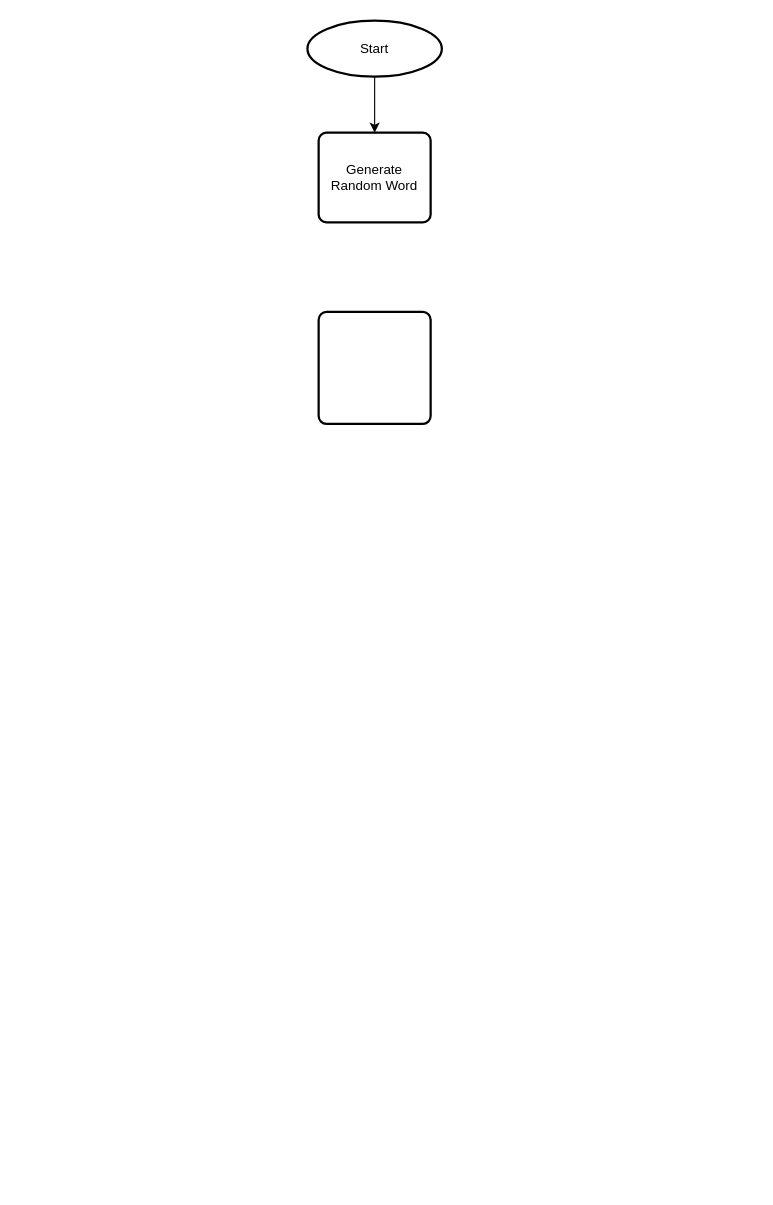
Peiroten/hangman keeps this draw.io diagram as Hangman.drawio. Above is the earlier version. Source tidied: cells renumbered, new cells numbered last; positions are measured from the earlier drawing's top-left corner, leaving out a move shared by most shapes. Both pictures are drawn from the tidied source at 112%, with x=0, y=0 at pixel (307, 20).
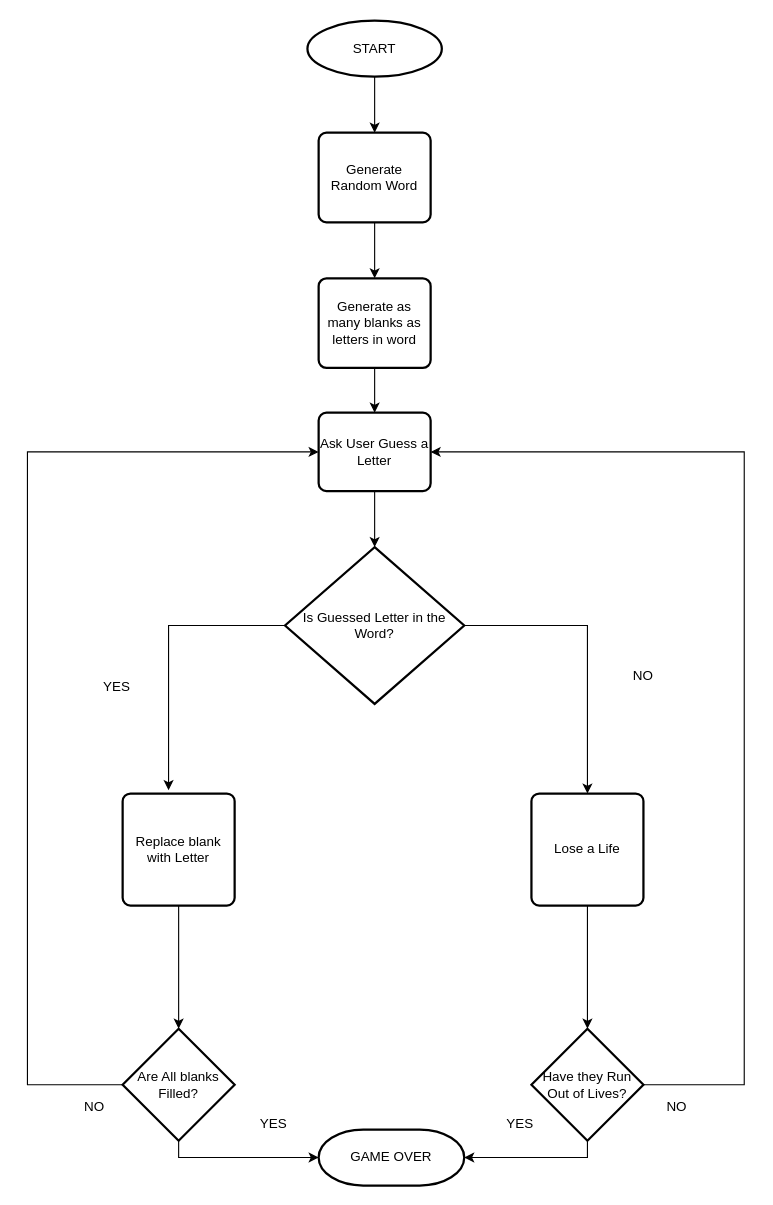
The same page after the edit.

The change refers to these unchanged cells:
```xml
<mxCell id="4" value="&lt;div&gt;Generate Random Word&lt;/div&gt;" style="rounded=1;whiteSpace=wrap;html=1;absoluteArcSize=1;arcSize=14;strokeWidth=2;" parent="1" vertex="1">
  <mxGeometry x="10" y="100" width="100" height="80" as="geometry" />
</mxCell>
```

What changed in the source:
```diff
@@
-    <mxCell id="3" value="Start" style="strokeWidth=2;html=1;shape=mxgraph.flowchart.start_1;whiteSpace=wrap;" parent="1" vertex="1">
+    <mxCell id="3" value="START" style="strokeWidth=2;html=1;shape=mxgraph.flowchart.start_1;whiteSpace=wrap;" parent="1" vertex="1">
       <mxGeometry width="120" height="50" as="geometry" />
     </mxCell>
+    <mxCell id="6" style="edgeStyle=orthogonalEdgeStyle;rounded=0;jettySize=auto;html=1;" parent="1" edge="1" source="4" target="5">
+      <mxGeometry relative="1" as="geometry" />
+    </mxCell>
@@
+    <mxCell id="7" style="edgeStyle=orthogonalEdgeStyle;rounded=0;jettySize=auto;html=1;" parent="1" edge="1" source="5" target="9">
+      <mxGeometry relative="1" as="geometry" />
+    </mxCell>
-    <mxCell id="5" style="rounded=1;whiteSpace=wrap;html=1;absoluteArcSize=1;arcSize=14;strokeWidth=2;" parent="1" vertex="1">
-      <mxGeometry x="10" y="260" width="100" height="100" as="geometry" />
+    <mxCell id="5" value="Generate as many blanks as letters in word" style="rounded=1;whiteSpace=wrap;html=1;absoluteArcSize=1;arcSize=14;strokeWidth=2;" parent="1" vertex="1">
+      <mxGeometry x="10" y="230" width="100" height="80" as="geometry" />
     </mxCell>
+    <mxCell id="8" style="edgeStyle=orthogonalEdgeStyle;rounded=0;jettySize=auto;html=1;" parent="1" edge="1" source="9" target="11">
+      <mxGeometry relative="1" as="geometry" />
+    </mxCell>
+    <mxCell id="9" value="Ask User Guess a Letter" style="rounded=1;whiteSpace=wrap;html=1;absoluteArcSize=1;arcSize=14;strokeWidth=2;" parent="1" vertex="1">
+      <mxGeometry x="10" y="350" width="100" height="70" as="geometry" />
+    </mxCell>
+    <mxCell id="10" style="edgeStyle=orthogonalEdgeStyle;rounded=0;jettySize=auto;html=1;entryX=0.5;entryY=0;entryDx=0;entryDy=0;" parent="1" edge="1" source="11" target="15">
+      <mxGeometry relative="1" as="geometry" />
+    </mxCell>
+    <mxCell id="11" value="Is Guessed Letter in the Word?" style="strokeWidth=2;html=1;shape=mxgraph.flowchart.decision;whiteSpace=wrap;" parent="1" vertex="1">
+      <mxGeometry x="-20" y="470" width="160" height="140" as="geometry" />
+    </mxCell>
+    <mxCell id="12" value="Replace blank with Letter" style="rounded=1;whiteSpace=wrap;html=1;absoluteArcSize=1;arcSize=14;strokeWidth=2;" parent="1" vertex="1">
+      <mxGeometry x="-165" y="690" width="100" height="100" as="geometry" />
+    </mxCell>
+    <mxCell id="13" value="YES" style="text;html=1;align=center;verticalAlign=middle;whiteSpace=wrap;rounded=0;" parent="1" vertex="1">
+      <mxGeometry x="-210" y="570" width="80" height="50" as="geometry" />
+    </mxCell>
+    <mxCell id="14" style="edgeStyle=orthogonalEdgeStyle;rounded=0;jettySize=auto;html=1;entryX=0.41;entryY=-0.03;entryDx=0;entryDy=0;entryPerimeter=0;" parent="1" edge="1" source="11" target="12">
+      <mxGeometry relative="1" as="geometry" />
+    </mxCell>
+    <mxCell id="15" value="Lose a Life" style="rounded=1;whiteSpace=wrap;html=1;absoluteArcSize=1;arcSize=14;strokeWidth=2;" parent="1" vertex="1">
+      <mxGeometry x="200" y="690" width="100" height="100" as="geometry" />
+    </mxCell>
+    <mxCell id="16" value="NO" style="text;html=1;align=center;verticalAlign=middle;whiteSpace=wrap;rounded=0;" parent="1" vertex="1">
+      <mxGeometry x="260" y="560" width="80" height="50" as="geometry" />
+    </mxCell>
+    <mxCell id="17" style="edgeStyle=orthogonalEdgeStyle;rounded=0;jettySize=auto;html=1;entryX=0;entryY=0.5;entryDx=0;entryDy=0;" parent="1" edge="1" source="19" target="9">
+      <mxGeometry relative="1" as="geometry">
+        <Array as="points">
+          <mxPoint x="-250" y="950" />
+          <mxPoint x="-250" y="385" />
+        </Array>
+      </mxGeometry>
+    </mxCell>
+    <mxCell id="18" style="edgeStyle=orthogonalEdgeStyle;rounded=0;jettySize=auto;html=1;exitX=0.5;exitY=1;exitDx=0;exitDy=0;exitPerimeter=0;entryX=0;entryY=0.5;entryDx=0;entryDy=0;entryPerimeter=0;" parent="1" edge="1" source="19" target="26">
+      <mxGeometry relative="1" as="geometry">
+        <Array as="points">
+          <mxPoint x="-115" y="1015" />
+        </Array>
+      </mxGeometry>
+    </mxCell>
+    <mxCell id="19" value="Are All blanks Filled?" style="strokeWidth=2;html=1;shape=mxgraph.flowchart.decision;whiteSpace=wrap;" parent="1" vertex="1">
+      <mxGeometry x="-165" y="900" width="100" height="100" as="geometry" />
+    </mxCell>
+    <mxCell id="20" style="edgeStyle=orthogonalEdgeStyle;rounded=0;jettySize=auto;html=1;entryX=0.5;entryY=0;entryDx=0;entryDy=0;entryPerimeter=0;" parent="1" edge="1" source="12" target="19">
+      <mxGeometry relative="1" as="geometry" />
+    </mxCell>
+    <mxCell id="21" value="NO" style="text;html=1;align=center;verticalAlign=middle;whiteSpace=wrap;rounded=0;" parent="1" vertex="1">
+      <mxGeometry x="-230" y="950" width="80" height="40" as="geometry" />
+    </mxCell>
+    <mxCell id="22" style="edgeStyle=orthogonalEdgeStyle;rounded=0;jettySize=auto;html=1;entryX=1;entryY=0.5;entryDx=0;entryDy=0;" parent="1" edge="1" source="23" target="9">
+      <mxGeometry relative="1" as="geometry">
+        <Array as="points">
+          <mxPoint x="390" y="950" />
+          <mxPoint x="390" y="385" />
+        </Array>
+      </mxGeometry>
+    </mxCell>
+    <mxCell id="23" value="Have they Run Out of Lives?" style="strokeWidth=2;html=1;shape=mxgraph.flowchart.decision;whiteSpace=wrap;" parent="1" vertex="1">
+      <mxGeometry x="200" y="900" width="100" height="100" as="geometry" />
+    </mxCell>
+    <mxCell id="24" style="edgeStyle=orthogonalEdgeStyle;rounded=0;jettySize=auto;html=1;entryX=0.5;entryY=0;entryDx=0;entryDy=0;entryPerimeter=0;" parent="1" edge="1" source="15" target="23">
+      <mxGeometry relative="1" as="geometry" />
+    </mxCell>
+    <mxCell id="25" value="NO" style="text;html=1;align=center;verticalAlign=middle;whiteSpace=wrap;rounded=0;" parent="1" vertex="1">
+      <mxGeometry x="290" y="945" width="80" height="50" as="geometry" />
+    </mxCell>
+    <mxCell id="26" value="GAME OVER" style="strokeWidth=2;html=1;shape=mxgraph.flowchart.terminator;whiteSpace=wrap;" parent="1" vertex="1">
+      <mxGeometry x="10" y="990" width="130" height="50" as="geometry" />
+    </mxCell>
+    <mxCell id="27" style="edgeStyle=orthogonalEdgeStyle;rounded=0;jettySize=auto;html=1;entryX=1;entryY=0.5;entryDx=0;entryDy=0;entryPerimeter=0;exitX=0.5;exitY=1;exitDx=0;exitDy=0;exitPerimeter=0;" parent="1" edge="1" source="23" target="26">
+      <mxGeometry relative="1" as="geometry">
+        <Array as="points">
+          <mxPoint x="250" y="1015" />
+        </Array>
+      </mxGeometry>
+    </mxCell>
+    <mxCell id="28" value="YES" style="text;html=1;align=center;verticalAlign=middle;whiteSpace=wrap;rounded=0;" parent="1" vertex="1">
+      <mxGeometry x="-70" y="960" width="80" height="50" as="geometry" />
+    </mxCell>
+    <mxCell id="29" value="YES" style="text;html=1;align=center;verticalAlign=middle;whiteSpace=wrap;rounded=0;" parent="1" vertex="1">
+      <mxGeometry x="150" y="960" width="80" height="50" as="geometry" />
+    </mxCell>
```
